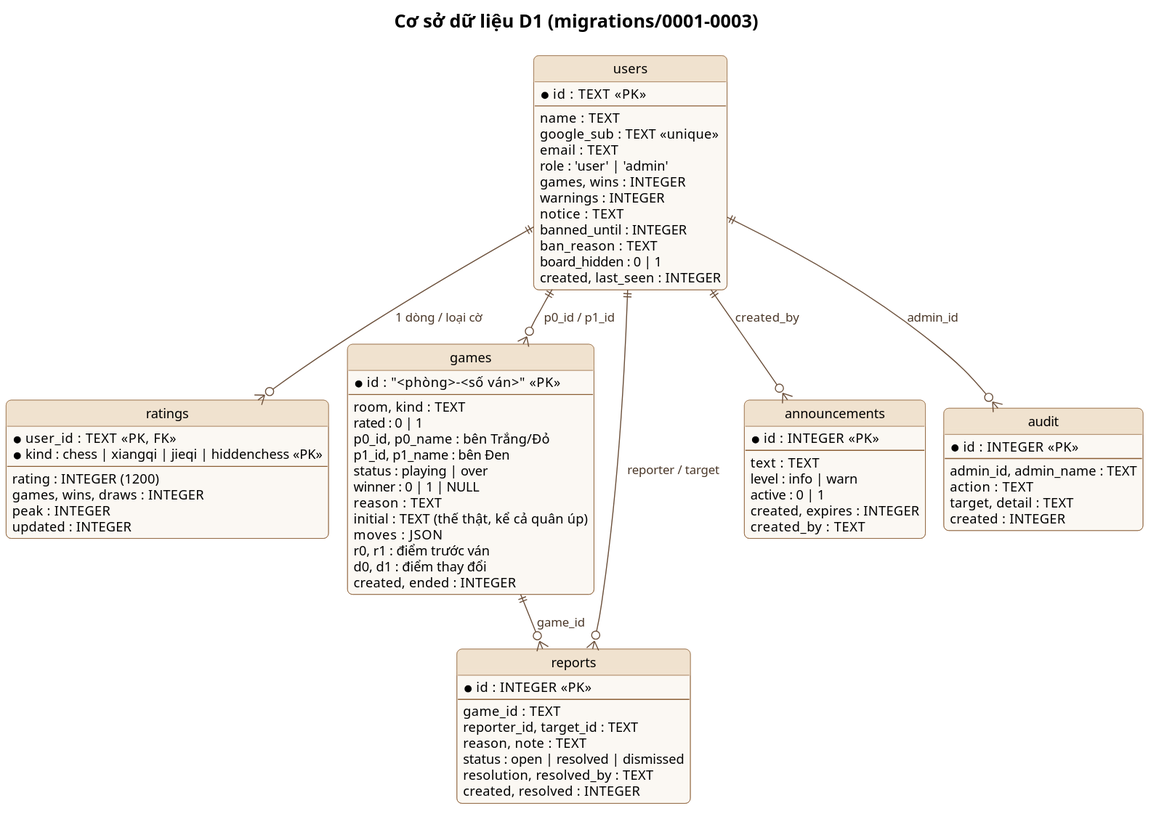
Earlier version of the PlantUML export docs/diagrams/data-model.svg (lethienloc2004/banco-chess).
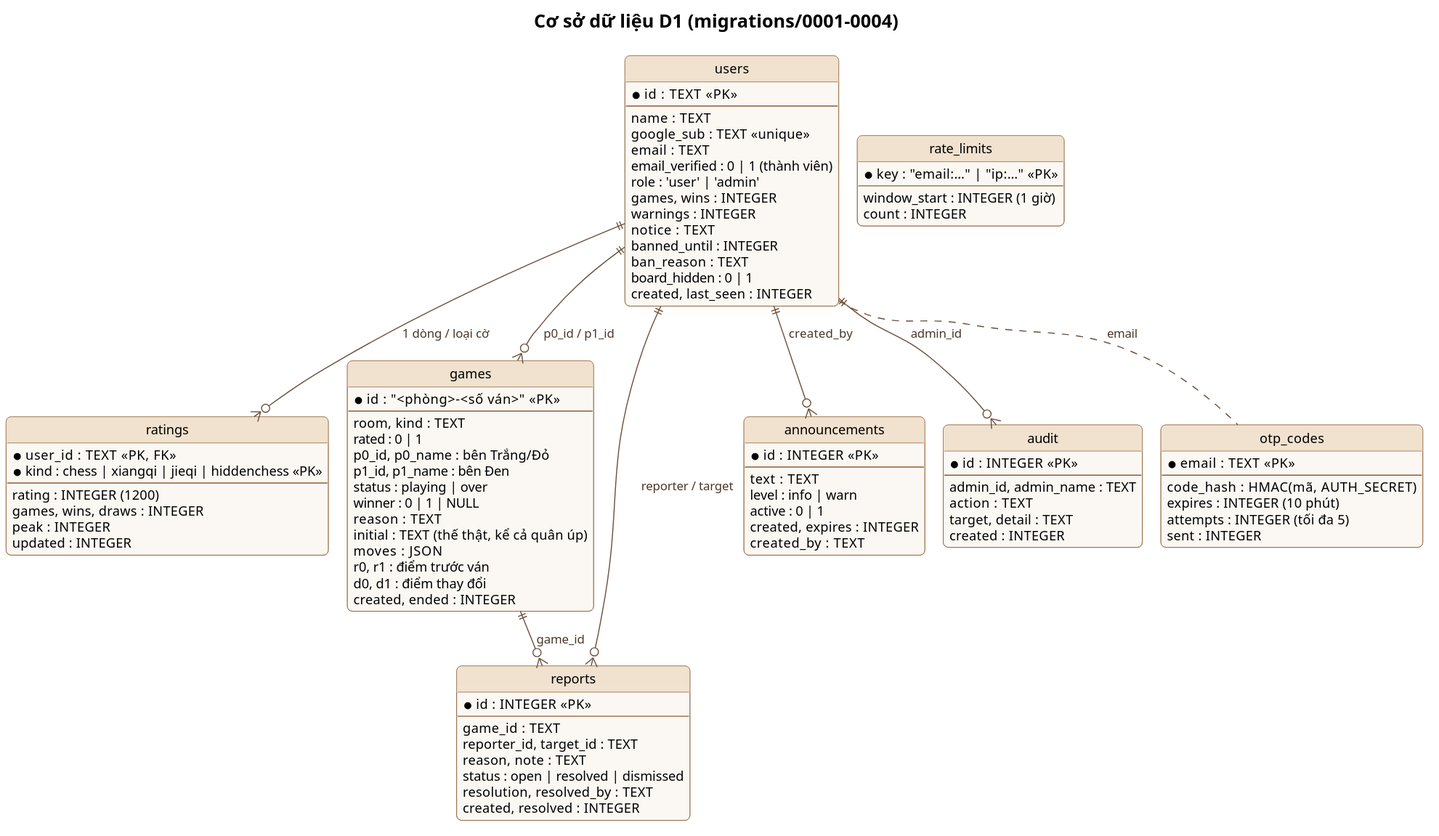
After the commit.

Diff of the diagram source:
```diff
@@ -1,7 +1,7 @@
 @startuml
 !include _style.iuml
 !pragma layout smetana
-title Cơ sở dữ liệu D1 (migrations/0001-0003)
+title Cơ sở dữ liệu D1 (migrations/0001-0004)
 hide circle
 hide methods
 
@@ -11,6 +11,7 @@
   name : TEXT
   google_sub : TEXT <<unique>>
   email : TEXT
+  email_verified : 0 | 1 (thành viên)
   role : 'user' | 'admin'
   games, wins : INTEGER
   warnings : INTEGER
@@ -78,10 +79,27 @@
   created : INTEGER
 }
 
+entity otp_codes {
+  * email : TEXT <<PK>>
+  --
+  code_hash : HMAC(mã, AUTH_SECRET)
+  expires : INTEGER (10 phút)
+  attempts : INTEGER (tối đa 5)
+  sent : INTEGER
+}
+
+entity rate_limits {
+  * key : "email:…" | "ip:…" <<PK>>
+  --
+  window_start : INTEGER (1 giờ)
+  count : INTEGER
+}
+
 users ||--o{ ratings : "1 dòng / loại cờ"
 users ||--o{ games : "p0_id / p1_id"
 users ||--o{ reports : "reporter / target"
 games ||--o{ reports : "game_id"
 users ||--o{ audit : "admin_id"
 users ||--o{ announcements : "created_by"
+users .. otp_codes : "email"
 @enduml
```
